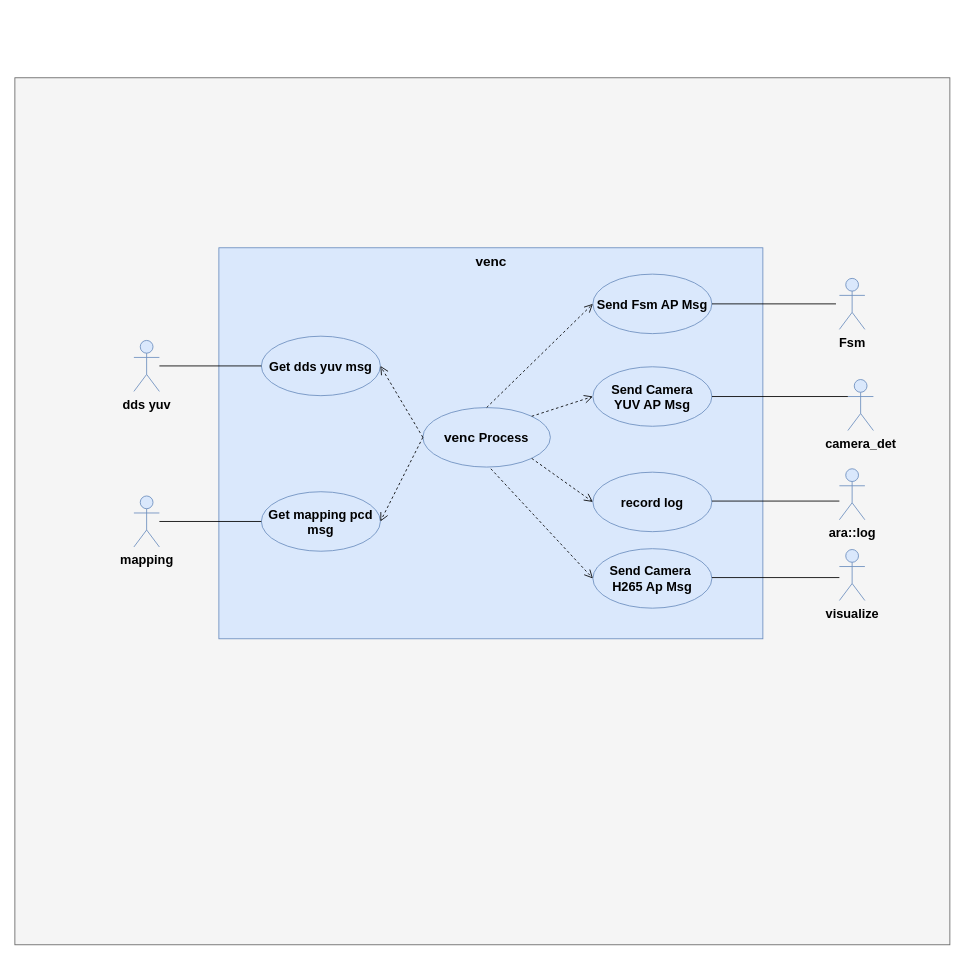
Above: venc用例.drawio in xiaoleli/diagrams (draw.io), before the change. Source tidied: cells renumbered, new cells numbered last; positions are measured from the earlier drawing's top-left corner, leaving out a move shared by most shapes. Both pictures are drawn from the tidied source at 85%, with x=0, y=0 at pixel (14, 77).
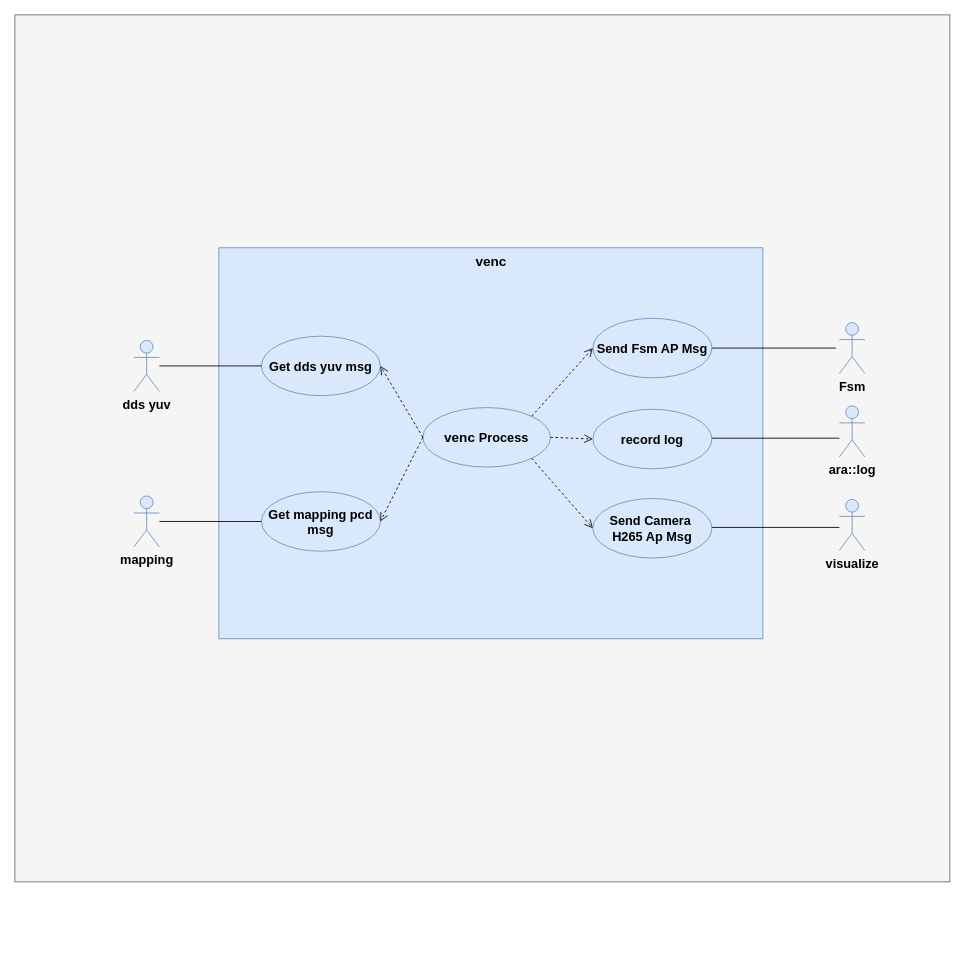
The same diagram, later.

Unchanged cells that the change refers to:
```xml
<mxCell id="4" value="&lt;span style=&quot;font-size: 16px; text-wrap-mode: nowrap;&quot;&gt;venc&amp;nbsp;&lt;/span&gt;&lt;span style=&quot;background-color: transparent; color: light-dark(rgb(0, 0, 0), rgb(255, 255, 255));&quot;&gt;Process&lt;/span&gt;" style="ellipse;whiteSpace=wrap;html=1;fontSize=15;fillColor=#dae8fc;strokeColor=#6c8ebf;fontStyle=1;" parent="1" vertex="1">
  <mxGeometry x="480" y="388" width="150" height="70" as="geometry" />
</mxCell>
```

Diff of the diagram source:
```diff
@@
     <mxCell id="2" style="html=1;fillColor=#f5f5f5;fontColor=#333333;strokeColor=#666666;" parent="1" vertex="1">
-      <mxGeometry width="1100" height="1020" as="geometry" />
+      <mxGeometry y="-74" width="1100" height="1020" as="geometry" />
     </mxCell>
@@
     <mxCell id="6" value="Send Fsm AP Msg" style="ellipse;whiteSpace=wrap;html=1;fontSize=15;fillColor=#dae8fc;strokeColor=#6c8ebf;fontStyle=1;" parent="1" vertex="1">
-      <mxGeometry x="680" y="231" width="140" height="70" as="geometry" />
+      <mxGeometry x="680" y="283" width="140" height="70" as="geometry" />
     </mxCell>
@@
     <mxCell id="8" value="Fsm" style="shape=umlActor;verticalLabelPosition=bottom;verticalAlign=top;html=1;fillColor=#dae8fc;strokeColor=#6c8ebf;fontStyle=1;fontSize=15;" parent="1" vertex="1">
-      <mxGeometry x="970" y="236" width="30" height="60" as="geometry" />
+      <mxGeometry x="970" y="288" width="30" height="60" as="geometry" />
     </mxCell>
-    <mxCell id="9" value="Send Camera&lt;div&gt;YUV AP&amp;nbsp;&lt;span style=&quot;background-color: transparent; color: light-dark(rgb(0, 0, 0), rgb(255, 255, 255));&quot;&gt;Msg&lt;/span&gt;&lt;/div&gt;" style="ellipse;whiteSpace=wrap;html=1;fontSize=15;fillColor=#dae8fc;strokeColor=#6c8ebf;fontStyle=1;" parent="1" vertex="1">
-      <mxGeometry x="680" y="340" width="140" height="70" as="geometry" />
-    </mxCell>
     <mxCell id="10" value="record log" style="ellipse;whiteSpace=wrap;html=1;fontSize=15;fillColor=#dae8fc;strokeColor=#6c8ebf;fontStyle=1;" parent="1" vertex="1">
-      <mxGeometry x="680" y="464" width="140" height="70" as="geometry" />
+      <mxGeometry x="680" y="390" width="140" height="70" as="geometry" />
     </mxCell>
-    <mxCell id="11" value="camera_det" style="shape=umlActor;verticalLabelPosition=bottom;verticalAlign=top;html=1;fillColor=#dae8fc;strokeColor=#6c8ebf;fontStyle=1;fontSize=15;" parent="1" vertex="1">
-      <mxGeometry x="980" y="355" width="30" height="60" as="geometry" />
-    </mxCell>
     <mxCell id="12" value="ara::log" style="shape=umlActor;verticalLabelPosition=bottom;verticalAlign=top;html=1;fillColor=#dae8fc;strokeColor=#6c8ebf;fontStyle=1;fontSize=15;" parent="1" vertex="1">
-      <mxGeometry x="970" y="460" width="30" height="60" as="geometry" />
+      <mxGeometry x="970" y="386" width="30" height="60" as="geometry" />
     </mxCell>
@@
-    <mxCell id="14" style="html=1;verticalAlign=bottom;endArrow=open;dashed=1;endSize=8;rounded=0;fontSize=15;entryX=0;entryY=0.5;entryDx=0;entryDy=0;exitX=0.5;exitY=0;exitDx=0;exitDy=0;" parent="1" edge="1" source="4" target="6">
+    <mxCell id="14" style="html=1;verticalAlign=bottom;endArrow=open;dashed=1;endSize=8;rounded=0;fontSize=15;entryX=0;entryY=0.5;entryDx=0;entryDy=0;exitX=1;exitY=0;exitDx=0;exitDy=0;" parent="1" edge="1" source="4" target="6">
       <mxGeometry relative="1" as="geometry" />
     </mxCell>
-    <mxCell id="15" style="html=1;verticalAlign=bottom;endArrow=open;dashed=1;endSize=8;rounded=0;fontSize=15;entryX=0;entryY=0.5;entryDx=0;entryDy=0;exitX=1;exitY=0;exitDx=0;exitDy=0;" parent="1" edge="1" source="4" target="9">
-      <mxGeometry relative="1" as="geometry" />
-    </mxCell>
-    <mxCell id="16" style="html=1;verticalAlign=bottom;endArrow=open;dashed=1;endSize=8;rounded=0;fontSize=15;entryX=0;entryY=0.5;entryDx=0;entryDy=0;exitX=1;exitY=1;exitDx=0;exitDy=0;" parent="1" edge="1" source="4" target="10">
+    <mxCell id="16" style="html=1;verticalAlign=bottom;endArrow=open;dashed=1;endSize=8;rounded=0;fontSize=15;entryX=0;entryY=0.5;entryDx=0;entryDy=0;exitX=1;exitY=0.5;exitDx=0;exitDy=0;" parent="1" edge="1" source="4" target="10">
       <mxGeometry relative="1" as="geometry" />
     </mxCell>
@@
     <mxCell id="18" style="line;strokeWidth=1;fillColor=none;align=left;verticalAlign=middle;spacingTop=-1;spacingLeft=3;spacingRight=3;labelPosition=right;fontSize=15;" parent="1" vertex="1">
-      <mxGeometry x="820" y="262" width="146" height="8" as="geometry" />
+      <mxGeometry x="820" y="314" width="146" height="8" as="geometry" />
     </mxCell>
     <mxCell id="19" style="line;strokeWidth=1;fillColor=none;align=left;verticalAlign=middle;spacingTop=-1;spacingLeft=3;spacingRight=3;labelPosition=right;fontSize=15;" parent="1" vertex="1">
-      <mxGeometry x="820" y="494" width="150" height="8" as="geometry" />
+      <mxGeometry x="820" y="420" width="150" height="8" as="geometry" />
     </mxCell>
     <mxCell id="20" value="Send Camera&amp;nbsp;&lt;div&gt;H265 Ap&amp;nbsp;&lt;span style=&quot;background-color: transparent; color: light-dark(rgb(0, 0, 0), rgb(255, 255, 255));&quot;&gt;Msg&lt;/span&gt;&lt;/div&gt;" style="ellipse;whiteSpace=wrap;html=1;fontSize=15;fillColor=#dae8fc;strokeColor=#6c8ebf;fontStyle=1;" parent="1" vertex="1">
-      <mxGeometry x="680" y="554" width="140" height="70" as="geometry" />
+      <mxGeometry x="680" y="495" width="140" height="70" as="geometry" />
     </mxCell>
     <mxCell id="21" value="&lt;span style=&quot;&quot;&gt;visualize&lt;/span&gt;" style="shape=umlActor;verticalLabelPosition=bottom;verticalAlign=top;html=1;fillColor=#dae8fc;strokeColor=#6c8ebf;fontStyle=1;fontSize=15;" parent="1" vertex="1">
-      <mxGeometry x="970" y="555" width="30" height="60" as="geometry" />
+      <mxGeometry x="970" y="496" width="30" height="60" as="geometry" />
     </mxCell>
     <mxCell id="22" style="line;strokeWidth=1;fillColor=none;align=left;verticalAlign=middle;spacingTop=-1;spacingLeft=3;spacingRight=3;labelPosition=right;fontSize=15;" parent="1" vertex="1">
-      <mxGeometry x="820" y="584" width="150" height="8" as="geometry" />
+      <mxGeometry x="820" y="525" width="150" height="8" as="geometry" />
     </mxCell>
-    <mxCell id="23" style="html=1;verticalAlign=bottom;endArrow=open;dashed=1;endSize=8;rounded=0;fontSize=15;entryX=0;entryY=0.5;entryDx=0;entryDy=0;" parent="1" edge="1" target="20">
-      <mxGeometry relative="1" as="geometry">
-        <mxPoint x="560" y="460" as="sourcePoint" />
-      </mxGeometry>
+    <mxCell id="23" style="html=1;verticalAlign=bottom;endArrow=open;dashed=1;endSize=8;rounded=0;fontSize=15;entryX=0;entryY=0.5;entryDx=0;entryDy=0;exitX=1;exitY=1;exitDx=0;exitDy=0;" parent="1" edge="1" source="4" target="20">
+      <mxGeometry relative="1" as="geometry" />
     </mxCell>
-    <mxCell id="24" style="endArrow=none;html=1;rounded=0;exitX=1;exitY=0.5;exitDx=0;exitDy=0;entryX=0;entryY=0.3333333333333333;entryDx=0;entryDy=0;entryPerimeter=0;" parent="1" edge="1" source="9" target="11">
-      <mxGeometry relative="1" as="geometry" />
-    </mxCell>
```
